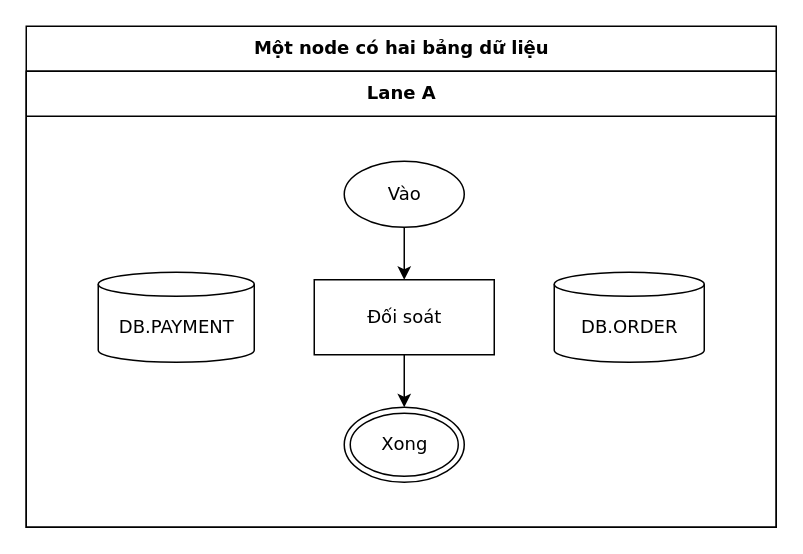
The draw.io diagram conformance/golden/cases/14-attach-two-db.drawio in luytbq/flowcast, before the edit. Source tidied: cells renumbered, new cells numbered last; positions are measured from the earlier drawing's top-left corner, leaving out a move shared by most shapes. Both pictures are drawn from the tidied source at 150%, with x=0, y=0 at pixel (26, 26).
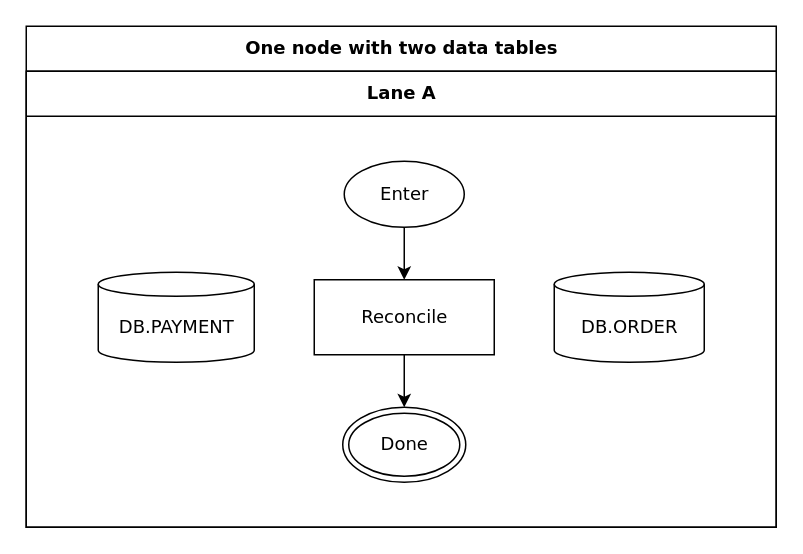
The same diagram, later.

What changed in the source:
```diff
@@
 <mxGraphModel>
   <root>
     <mxCell id="0" />
     <mxCell id="1" parent="0" />
-    <mxCell id="2" value="Một node có hai bảng dữ liệu" style="swimlane;html=1;startSize=30;fontStyle=1;fontFamily=Verdana;fontSize=12;flowtable=1;" parent="1" vertex="1">
+    <mxCell id="2" value="One node with two data tables" style="swimlane;html=1;startSize=30;fontStyle=1;fontFamily=Verdana;fontSize=12;flowtable=1;" parent="1" vertex="1">
       <mxGeometry width="500" height="334" as="geometry" />
     </mxCell>
     <mxCell id="3" value="Lane A" style="swimlane;html=1;startSize=30;fontFamily=Verdana;fontSize=12;flowtable=1;" parent="2" vertex="1">
       <mxGeometry y="30" width="500" height="304" as="geometry" />
     </mxCell>
-    <mxCell id="4" value="Vào" style="ellipse;html=1;fontFamily=Verdana;fontSize=12;flowtable=1;" parent="3" vertex="1">
+    <mxCell id="4" value="Enter" style="ellipse;html=1;fontFamily=Verdana;fontSize=12;flowtable=1;" parent="3" vertex="1">
       <mxGeometry x="212" y="60" width="80" height="44" as="geometry" />
     </mxCell>
-    <mxCell id="5" value="Đối soát" style="rounded=0;html=1;fontFamily=Verdana;fontSize=12;flowtable=1;" parent="3" vertex="1">
+    <mxCell id="5" value="Reconcile" style="rounded=0;html=1;fontFamily=Verdana;fontSize=12;flowtable=1;" parent="3" vertex="1">
       <mxGeometry x="192" y="139" width="120" height="50" as="geometry" />
     </mxCell>
     <mxCell id="6" value="DB.ORDER" style="shape=cylinder3;html=1;boundedLbl=1;backgroundOutline=1;size=8;fontFamily=Verdana;fontSize=12;flowtable=1;" parent="3" vertex="1">
       <mxGeometry x="352" y="134" width="100" height="60" as="geometry" />
     </mxCell>
     <mxCell id="7" value="DB.PAYMENT" style="shape=cylinder3;html=1;boundedLbl=1;backgroundOutline=1;size=8;fontFamily=Verdana;fontSize=12;flowtable=1;" parent="3" vertex="1">
       <mxGeometry x="48" y="134" width="104" height="60" as="geometry" />
     </mxCell>
-    <mxCell id="8" value="Xong" style="shape=doubleEllipse;html=1;fontFamily=Verdana;fontSize=12;flowtable=1;" parent="3" vertex="1">
-      <mxGeometry x="212" y="224" width="80" height="50" as="geometry" />
+    <mxCell id="8" value="Done" style="shape=doubleEllipse;html=1;fontFamily=Verdana;fontSize=12;flowtable=1;" parent="3" vertex="1">
+      <mxGeometry x="211" y="224" width="82" height="50" as="geometry" />
     </mxCell>
     <mxCell id="9" style="edgeStyle=orthogonalEdgeStyle;rounded=0;jettySize=auto;html=1;labelBackgroundColor=default;exitX=0.5;exitY=1;exitDx=0;exitDy=0;entryX=0.5;entryY=0;entryDx=0;entryDy=0;fontFamily=Verdana;fontSize=12;flowtable=1;" parent="2" edge="1" source="4" target="5">
       <mxGeometry relative="1" as="geometry" />
     </mxCell>
     <mxCell id="10" style="edgeStyle=orthogonalEdgeStyle;rounded=0;jettySize=auto;html=1;labelBackgroundColor=default;exitX=0.5;exitY=1;exitDx=0;exitDy=0;entryX=0.5;entryY=0;entryDx=0;entryDy=0;fontFamily=Verdana;fontSize=12;flowtable=1;" parent="2" edge="1" source="5" target="8">
       <mxGeometry relative="1" as="geometry" />
     </mxCell>
   </root>
 </mxGraphModel>
```
